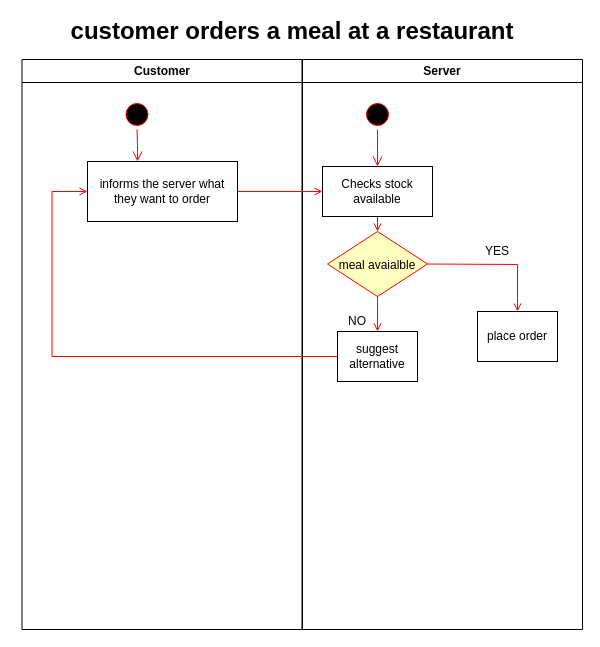
Before: documentation/Activity Diagram V2.drawio in KryptoFlamingo/Inventory_Management_App, a draw.io diagram. Source tidied: cells renumbered, new cells numbered last; positions are measured from the earlier drawing's top-left corner, leaving out a move shared by most shapes. Both pictures are drawn from the tidied source at 100%, with x=0, y=0 at pixel (17, 21).
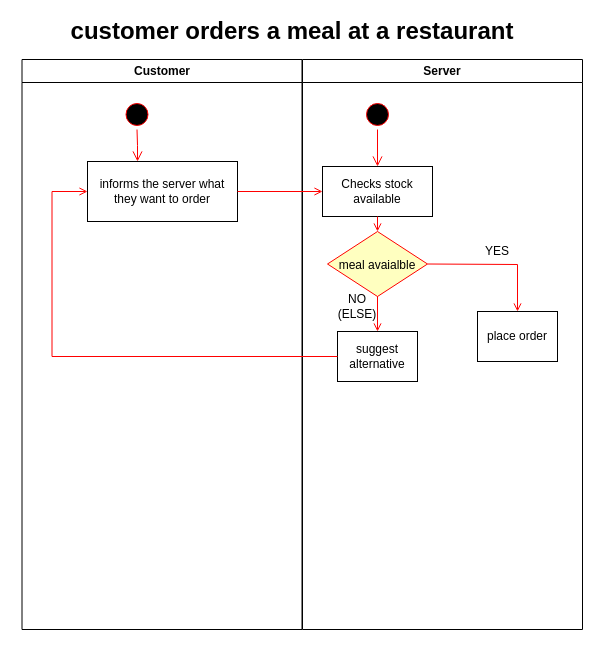
The same page after the edit.

Commit message:
added else statement relationship

Unchanged cells that the change refers to:
```xml
<mxCell id="6" value="Server" style="swimlane;whiteSpace=wrap;" parent="1" vertex="1">
  <mxGeometry x="285" y="38" width="280" height="570" as="geometry" />
</mxCell>
```

What changed in the source:
```diff
@@
-    <mxCell id="13" value="NO" style="text;html=1;strokeColor=none;fillColor=none;align=center;verticalAlign=middle;whiteSpace=wrap;rounded=0;" parent="6" vertex="1">
-      <mxGeometry x="35" y="252" width="40" height="20" as="geometry" />
+    <mxCell id="13" value="NO&lt;br&gt;(ELSE)" style="text;html=1;strokeColor=none;fillColor=none;align=center;verticalAlign=middle;whiteSpace=wrap;rounded=0;" parent="6" vertex="1">
+      <mxGeometry x="35" y="237" width="40" height="20" as="geometry" />
     </mxCell>
```
